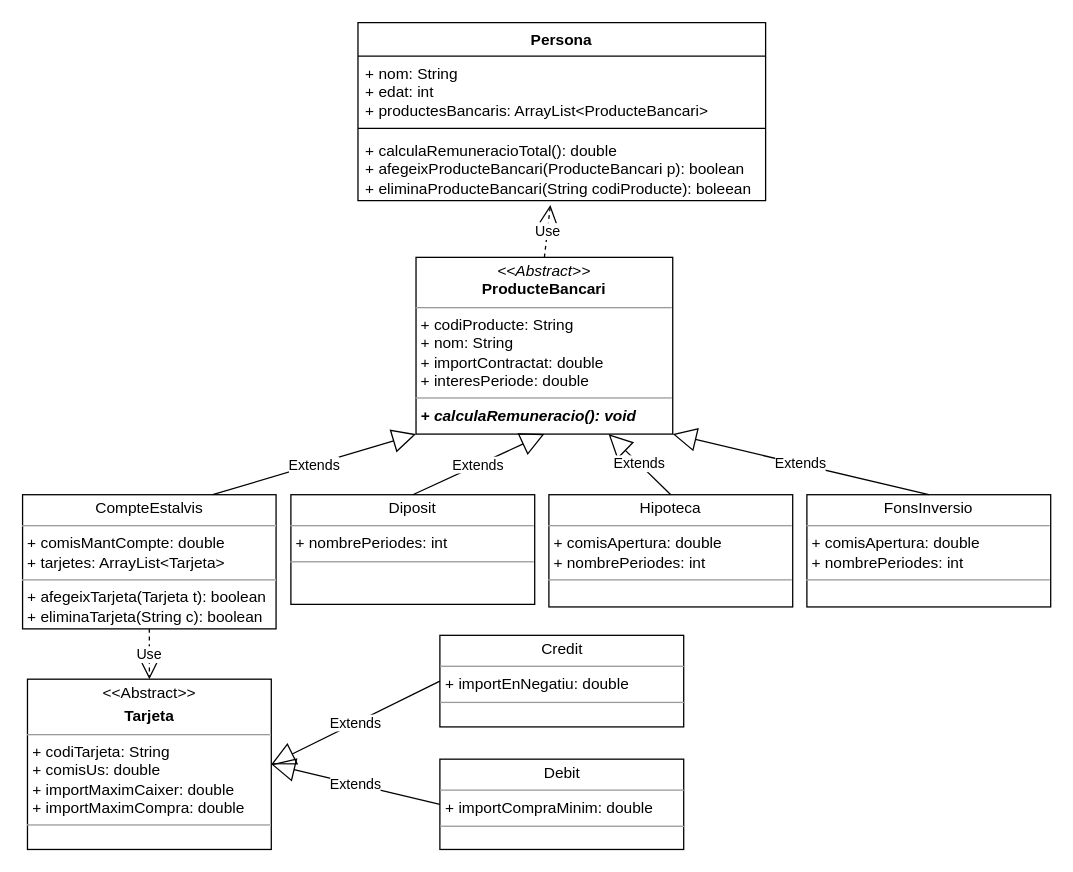
This is DRAW.IO/ACT8_5A.drawio from bvivess/PRG, a draw.io file, before an edit. Source tidied: cells renumbered, new cells numbered last; positions are measured from the earlier drawing's top-left corner, leaving out a move shared by most shapes. Both pictures are drawn from the tidied source at 129%, with x=0, y=0 at pixel (22, 22).
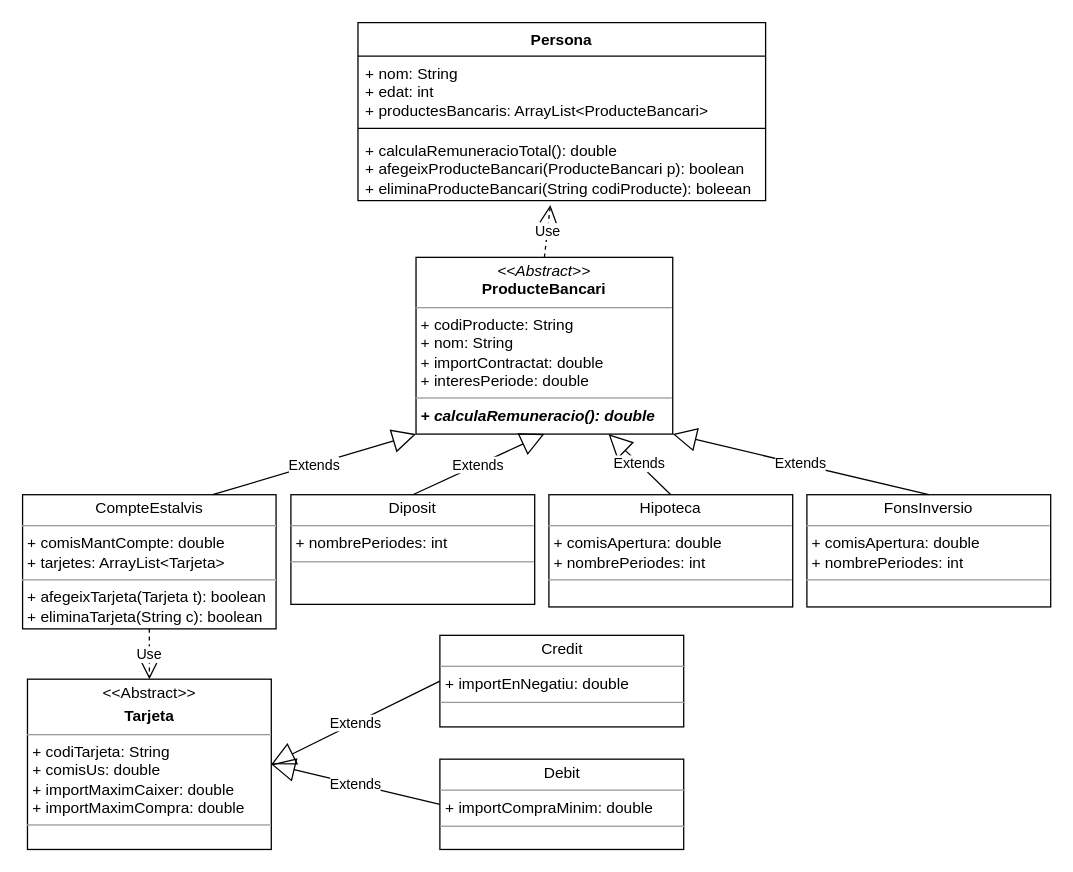
The same diagram, later.

The edit, as a diff of the source:
```diff
@@
-    <mxCell id="8" value="&lt;p style=&quot;margin:0px;margin-top:4px;text-align:center;&quot;&gt;&lt;i style=&quot;border-color: var(--border-color);&quot;&gt;&amp;lt;&amp;lt;Abstract&amp;gt;&amp;gt;&lt;/i&gt;&lt;br style=&quot;border-color: var(--border-color);&quot;&gt;&lt;b style=&quot;border-color: var(--border-color);&quot;&gt;ProducteBancari&lt;/b&gt;&lt;br&gt;&lt;/p&gt;&lt;hr size=&quot;1&quot;&gt;&lt;p style=&quot;margin:0px;margin-left:4px;&quot;&gt;+ codiProducte: String&lt;/p&gt;&lt;p style=&quot;margin:0px;margin-left:4px;&quot;&gt;+ nom: String&lt;/p&gt;&lt;p style=&quot;border-color: var(--border-color); margin: 0px 0px 0px 4px;&quot;&gt;+ importContractat: double&lt;/p&gt;&lt;p style=&quot;border-color: var(--border-color); margin: 0px 0px 0px 4px;&quot;&gt;+ interesPeriode: double&lt;/p&gt;&lt;hr size=&quot;1&quot;&gt;&lt;p style=&quot;margin:0px;margin-left:4px;&quot;&gt;&lt;b&gt;&lt;i&gt;+ calculaRemuneracio(): void&lt;/i&gt;&lt;/b&gt;&lt;/p&gt;" style="verticalAlign=top;align=left;overflow=fill;fontSize=12;fontFamily=Helvetica;html=1;whiteSpace=wrap;" parent="1" vertex="1">
+    <mxCell id="8" value="&lt;p style=&quot;margin:0px;margin-top:4px;text-align:center;&quot;&gt;&lt;i style=&quot;border-color: var(--border-color);&quot;&gt;&amp;lt;&amp;lt;Abstract&amp;gt;&amp;gt;&lt;/i&gt;&lt;br style=&quot;border-color: var(--border-color);&quot;&gt;&lt;b style=&quot;border-color: var(--border-color);&quot;&gt;ProducteBancari&lt;/b&gt;&lt;br&gt;&lt;/p&gt;&lt;hr size=&quot;1&quot;&gt;&lt;p style=&quot;margin:0px;margin-left:4px;&quot;&gt;+ codiProducte: String&lt;/p&gt;&lt;p style=&quot;margin:0px;margin-left:4px;&quot;&gt;+ nom: String&lt;/p&gt;&lt;p style=&quot;border-color: var(--border-color); margin: 0px 0px 0px 4px;&quot;&gt;+ importContractat: double&lt;/p&gt;&lt;p style=&quot;border-color: var(--border-color); margin: 0px 0px 0px 4px;&quot;&gt;+ interesPeriode: double&lt;/p&gt;&lt;hr size=&quot;1&quot;&gt;&lt;p style=&quot;margin:0px;margin-left:4px;&quot;&gt;&lt;b&gt;&lt;i&gt;+ calculaRemuneracio(): double&lt;/i&gt;&lt;/b&gt;&lt;/p&gt;" style="verticalAlign=top;align=left;overflow=fill;fontSize=12;fontFamily=Helvetica;html=1;whiteSpace=wrap;" parent="1" vertex="1">
       <mxGeometry x="305" y="182" width="199" height="137" as="geometry" />
     </mxCell>
```
